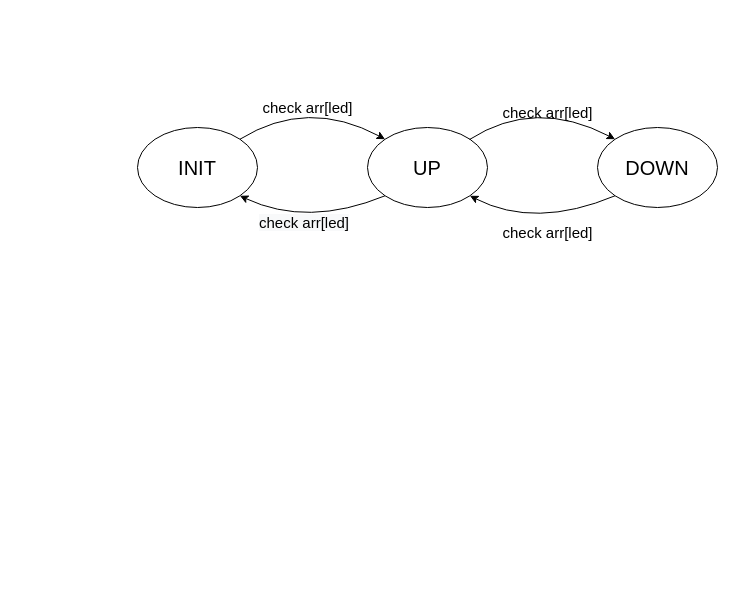
Earlier version of the draw.io diagram StateMachine.drawio (datdonguyen99/demoGit). Source tidied: cells renumbered, new cells numbered last; positions are measured from the earlier drawing's top-left corner, leaving out a move shared by most shapes. Both pictures are drawn from the tidied source at 100%, with x=0, y=0 at pixel (137, 97).
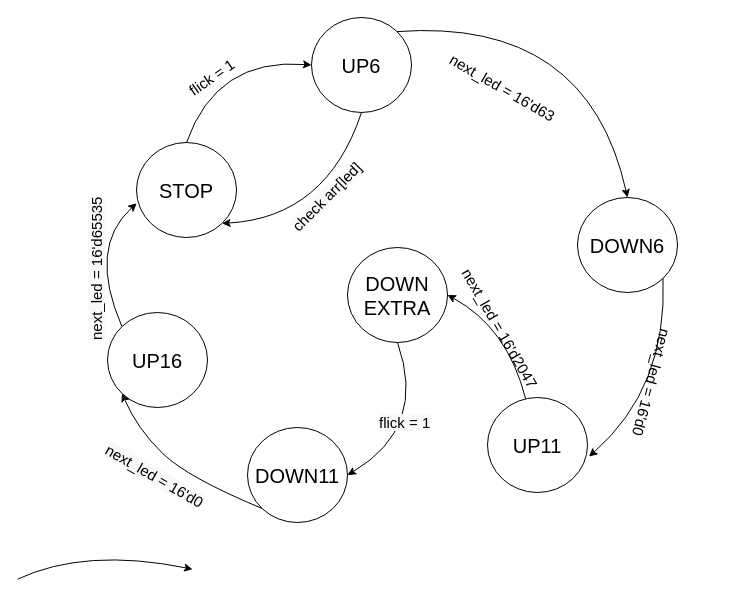
Above is the later version.

Change to the diagram source:
```diff
@@
-    <mxCell id="2" value="&lt;font style=&quot;font-size: 20px&quot;&gt;UP&lt;/font&gt;" style="ellipse;whiteSpace=wrap;html=1;" parent="1" vertex="1">
-      <mxGeometry x="230" y="30" width="120" height="80" as="geometry" />
-    </mxCell>
-    <mxCell id="3" value="&lt;font style=&quot;font-size: 20px&quot;&gt;INIT&lt;/font&gt;" style="ellipse;whiteSpace=wrap;html=1;" parent="1" vertex="1">
-      <mxGeometry y="30" width="120" height="80" as="geometry" />
+    <mxCell id="3" value="&lt;font style=&quot;font-size: 20px&quot;&gt;STOP&lt;/font&gt;" style="ellipse;whiteSpace=wrap;html=1;" parent="1" vertex="1">
+      <mxGeometry x="-1" y="45" width="100" height="95" as="geometry" />
     </mxCell>
-    <mxCell id="4" value="&lt;font style=&quot;font-size: 20px&quot;&gt;DOWN&lt;/font&gt;" style="ellipse;whiteSpace=wrap;html=1;" parent="1" vertex="1">
-      <mxGeometry x="460" y="30" width="120" height="80" as="geometry" />
-    </mxCell>
-    <mxCell id="5" style="endArrow=classic;html=1;entryX=1;entryY=1;entryDx=0;entryDy=0;exitX=0;exitY=1;exitDx=0;exitDy=0;curved=1;" parent="1" edge="1" source="2" target="3">
+    <mxCell id="5" style="endArrow=classic;html=1;entryX=1;entryY=1;entryDx=0;entryDy=0;exitX=0.5;exitY=1;exitDx=0;exitDy=0;curved=1;" parent="1" edge="1" source="17" target="3">
       <mxGeometry relative="1" as="geometry">
         <Array as="points">
-          <mxPoint x="170" y="130" />
+          <mxPoint x="189" y="120" />
         </Array>
       </mxGeometry>
     </mxCell>
-    <mxCell id="6" style="endArrow=classic;html=1;entryX=1;entryY=1;entryDx=0;entryDy=0;exitX=0;exitY=1;exitDx=0;exitDy=0;curved=1;" parent="1" edge="1" source="4" target="2">
+    <mxCell id="6" style="endArrow=classic;html=1;entryX=0.5;entryY=0;entryDx=0;entryDy=0;exitX=1;exitY=0;exitDx=0;exitDy=0;curved=1;" parent="1" edge="1" source="17" target="18">
       <mxGeometry relative="1" as="geometry">
         <Array as="points">
-          <mxPoint x="397.6" y="131.7" />
+          <mxPoint x="450" y="-80" />
         </Array>
       </mxGeometry>
     </mxCell>
-    <mxCell id="7" style="endArrow=classic;html=1;exitX=1;exitY=0;exitDx=0;exitDy=0;entryX=0;entryY=0;entryDx=0;entryDy=0;curved=1;" parent="1" edge="1" source="3" target="2">
+    <mxCell id="7" style="endArrow=classic;html=1;entryX=0;entryY=0.5;entryDx=0;entryDy=0;curved=1;exitX=0.5;exitY=0;exitDx=0;exitDy=0;" parent="1" edge="1" source="3" target="17">
       <mxGeometry relative="1" as="geometry">
         <Array as="points">
-          <mxPoint x="170" />
+          <mxPoint x="79" y="-40" />
         </Array>
       </mxGeometry>
     </mxCell>
-    <mxCell id="8" style="endArrow=classic;html=1;entryX=0;entryY=0;entryDx=0;entryDy=0;curved=1;" parent="1" edge="1" target="4">
-      <mxGeometry relative="1" as="geometry">
-        <mxPoint x="332" y="42" as="sourcePoint" />
-        <Array as="points">
-          <mxPoint x="397.6" />
-        </Array>
-      </mxGeometry>
-    </mxCell>
-    <mxCell id="9" value="&lt;font style=&quot;font-size: 15px&quot;&gt;check arr[led]&lt;/font&gt;" style="text;html=1;align=center;verticalAlign=middle;strokeColor=none;" parent="1" vertex="1">
-      <mxGeometry x="115" width="110" height="20" as="geometry" />
+    <mxCell id="9" value="&lt;font style=&quot;font-size: 15px&quot;&gt;flick = 1&lt;/font&gt;" style="text;html=1;align=center;verticalAlign=middle;strokeColor=none;rotation=-35;" parent="1" vertex="1">
+      <mxGeometry x="39" y="-30" width="70" height="20" as="geometry" />
     </mxCell>
-    <mxCell id="10" value="&lt;font style=&quot;font-size: 15px&quot;&gt;check arr[led]&lt;br&gt;&lt;/font&gt;" style="text;html=1;align=center;verticalAlign=middle;strokeColor=none;" parent="1" vertex="1">
-      <mxGeometry x="355" y="5" width="110" height="20" as="geometry" />
-    </mxCell>
-    <mxCell id="11" value="&lt;font style=&quot;font-size: 15px&quot;&gt;check arr[led]&lt;br&gt;&lt;/font&gt;" style="text;html=1;align=center;verticalAlign=middle;strokeColor=none;" parent="1" vertex="1">
-      <mxGeometry x="355" y="125" width="110" height="20" as="geometry" />
-    </mxCell>
-    <mxCell id="12" value="&lt;span style=&quot;color: rgb(0, 0, 0); font-family: helvetica; font-size: 15px; font-style: normal; font-weight: 400; letter-spacing: normal; text-align: center; text-indent: 0px; text-transform: none; word-spacing: 0px; background-color: rgb(248, 249, 250); display: inline; float: none;&quot;&gt;check arr[led]&lt;/span&gt;" style="text;whiteSpace=wrap;html=1;" parent="1" vertex="1">
-      <mxGeometry x="120" y="110" width="120" height="30" as="geometry" />
+    <mxCell id="12" value="&lt;span style=&quot;color: rgb(0, 0, 0); font-family: helvetica; font-size: 15px; font-style: normal; font-weight: 400; letter-spacing: normal; text-align: center; text-indent: 0px; text-transform: none; word-spacing: 0px; background-color: rgb(248, 249, 250); display: inline; float: none;&quot;&gt;check arr[led]&lt;/span&gt;" style="text;whiteSpace=wrap;html=1;rotation=-45;" parent="1" vertex="1">
+      <mxGeometry x="139" y="75" width="120" height="30" as="geometry" />
     </mxCell>
+    <mxCell id="13" style="endArrow=classic;html=1;exitX=0.5;exitY=1;exitDx=0;exitDy=0;curved=1;entryX=1;entryY=0.5;entryDx=0;entryDy=0;" parent="1" edge="1" source="25" target="20">
+      <mxGeometry relative="1" as="geometry">
+        <Array as="points">
+          <mxPoint x="290" y="330" />
+        </Array>
+      </mxGeometry>
+    </mxCell>
+    <mxCell id="14" style="endArrow=classic;html=1;curved=1;entryX=0.002;entryY=0.64;entryDx=0;entryDy=0;entryPerimeter=0;exitX=0;exitY=0;exitDx=0;exitDy=0;" parent="1" edge="1" source="26" target="3">
+      <mxGeometry relative="1" as="geometry">
+        <Array as="points">
+          <mxPoint x="-50" y="150" />
+        </Array>
+      </mxGeometry>
+    </mxCell>
+    <mxCell id="15" value="&lt;font style=&quot;font-size: 15px&quot;&gt;next_led = 16'd2047&lt;br&gt;&lt;br&gt;&lt;/font&gt;" style="text;html=1;align=center;verticalAlign=middle;strokeColor=none;rotation=60;" parent="1" vertex="1">
+      <mxGeometry x="280" y="220" width="150" height="30" as="geometry" />
+    </mxCell>
+    <mxCell id="16" value="&lt;span style=&quot;color: rgb(0 , 0 , 0) ; font-family: &amp;#34;helvetica&amp;#34; ; font-size: 15px ; font-style: normal ; font-weight: 400 ; letter-spacing: normal ; text-align: center ; text-indent: 0px ; text-transform: none ; word-spacing: 0px ; background-color: rgb(248 , 249 , 250) ; display: inline ; float: none&quot;&gt;flick = 1&lt;br&gt;&lt;br&gt;&lt;/span&gt;" style="text;whiteSpace=wrap;html=1;" parent="1" vertex="1">
+      <mxGeometry x="240" y="310" width="120" height="30" as="geometry" />
+    </mxCell>
+    <mxCell id="17" value="&lt;font style=&quot;font-size: 20px&quot;&gt;UP6&lt;/font&gt;" style="ellipse;whiteSpace=wrap;html=1;" parent="1" vertex="1">
+      <mxGeometry x="174" y="-80" width="100" height="95" as="geometry" />
+    </mxCell>
+    <mxCell id="18" value="&lt;font style=&quot;font-size: 20px&quot;&gt;DOWN6&lt;/font&gt;" style="ellipse;whiteSpace=wrap;html=1;" parent="1" vertex="1">
+      <mxGeometry x="440" y="100" width="100" height="95" as="geometry" />
+    </mxCell>
+    <mxCell id="19" value="&lt;span style=&quot;font-size: 20px&quot;&gt;UP11&lt;/span&gt;" style="ellipse;whiteSpace=wrap;html=1;" parent="1" vertex="1">
+      <mxGeometry x="350" y="300" width="100" height="95" as="geometry" />
+    </mxCell>
+    <mxCell id="20" value="&lt;span style=&quot;font-size: 20px&quot;&gt;DOWN11&lt;/span&gt;" style="ellipse;whiteSpace=wrap;html=1;" parent="1" vertex="1">
+      <mxGeometry x="110" y="330" width="100" height="95" as="geometry" />
+    </mxCell>
+    <mxCell id="21" style="endArrow=classic;html=1;entryX=1.015;entryY=0.622;entryDx=0;entryDy=0;entryPerimeter=0;curved=1;exitX=1;exitY=1;exitDx=0;exitDy=0;" parent="1" edge="1" source="18" target="19">
+      <mxGeometry relative="1" as="geometry">
+        <Array as="points">
+          <mxPoint x="530" y="290" />
+        </Array>
+      </mxGeometry>
+    </mxCell>
+    <mxCell id="22" value="&lt;font style=&quot;font-size: 15px&quot;&gt;next_led = 16'd63&lt;/font&gt;" style="text;html=1;align=center;verticalAlign=middle;strokeColor=none;rotation=30;" parent="1" vertex="1">
+      <mxGeometry x="300" y="-20" width="130" height="20" as="geometry" />
+    </mxCell>
+    <mxCell id="23" value="&lt;font style=&quot;font-size: 15px&quot;&gt;next_led = 16'd0&lt;/font&gt;" style="text;html=1;align=center;verticalAlign=middle;strokeColor=none;rotation=105;" parent="1" vertex="1">
+      <mxGeometry x="450" y="275" width="130" height="20" as="geometry" />
+    </mxCell>
+    <mxCell id="24" style="endArrow=classic;html=1;entryX=1;entryY=0.5;entryDx=0;entryDy=0;curved=1;" parent="1" edge="1" source="19" target="25">
+      <mxGeometry relative="1" as="geometry">
+        <Array as="points">
+          <mxPoint x="370" y="230" />
+        </Array>
+      </mxGeometry>
+    </mxCell>
+    <mxCell id="25" value="&lt;span style=&quot;font-size: 20px&quot;&gt;DOWN&lt;br&gt;EXTRA&lt;/span&gt;" style="ellipse;whiteSpace=wrap;html=1;" parent="1" vertex="1">
+      <mxGeometry x="210" y="150" width="100" height="95" as="geometry" />
+    </mxCell>
+    <mxCell id="26" value="&lt;span style=&quot;font-size: 20px&quot;&gt;UP16&lt;/span&gt;" style="ellipse;whiteSpace=wrap;html=1;" parent="1" vertex="1">
+      <mxGeometry x="-30" y="215" width="100" height="95" as="geometry" />
+    </mxCell>
+    <mxCell id="27" style="endArrow=classic;html=1;exitX=0;exitY=1;exitDx=0;exitDy=0;entryX=0;entryY=1;entryDx=0;entryDy=0;curved=1;" parent="1" edge="1" source="20" target="26">
+      <mxGeometry relative="1" as="geometry">
+        <Array as="points">
+          <mxPoint x="50" y="380" />
+          <mxPoint y="331.6" />
+        </Array>
+      </mxGeometry>
+    </mxCell>
+    <mxCell id="28" value="&lt;span style=&quot;color: rgb(0 , 0 , 0) ; font-family: &amp;#34;helvetica&amp;#34; ; font-size: 15px ; font-style: normal ; font-weight: 400 ; letter-spacing: normal ; text-align: center ; text-indent: 0px ; text-transform: none ; word-spacing: 0px ; background-color: rgb(248 , 249 , 250) ; display: inline ; float: none&quot;&gt;next_led = 16'd0&lt;br&gt;&lt;/span&gt;" style="text;whiteSpace=wrap;html=1;rotation=30;" parent="1" vertex="1">
+      <mxGeometry x="-40" y="365" width="120" height="30" as="geometry" />
+    </mxCell>
+    <mxCell id="29" style="endArrow=classic;html=1;exitX=1;exitY=0;exitDx=0;exitDy=0;entryX=0;entryY=0;entryDx=0;entryDy=0;curved=1;" parent="1" edge="1">
+      <mxGeometry relative="1" as="geometry">
+        <mxPoint x="-120" y="481.7" as="sourcePoint" />
+        <mxPoint x="55.1" y="471.7" as="targetPoint" />
+        <Array as="points">
+          <mxPoint x="-52.4" y="450" />
+        </Array>
+      </mxGeometry>
+    </mxCell>
+    <mxCell id="30" value="&lt;span style=&quot;color: rgb(0 , 0 , 0) ; font-family: &amp;#34;helvetica&amp;#34; ; font-size: 15px ; font-style: normal ; font-weight: 400 ; letter-spacing: normal ; text-align: center ; text-indent: 0px ; text-transform: none ; word-spacing: 0px ; background-color: rgb(248 , 249 , 250) ; display: inline ; float: none&quot;&gt;next_led = 16'd65535&lt;/span&gt;" style="text;whiteSpace=wrap;html=1;rotation=-90;" parent="1" vertex="1">
+      <mxGeometry x="-121" y="150" width="160" height="30" as="geometry" />
+    </mxCell>
```
